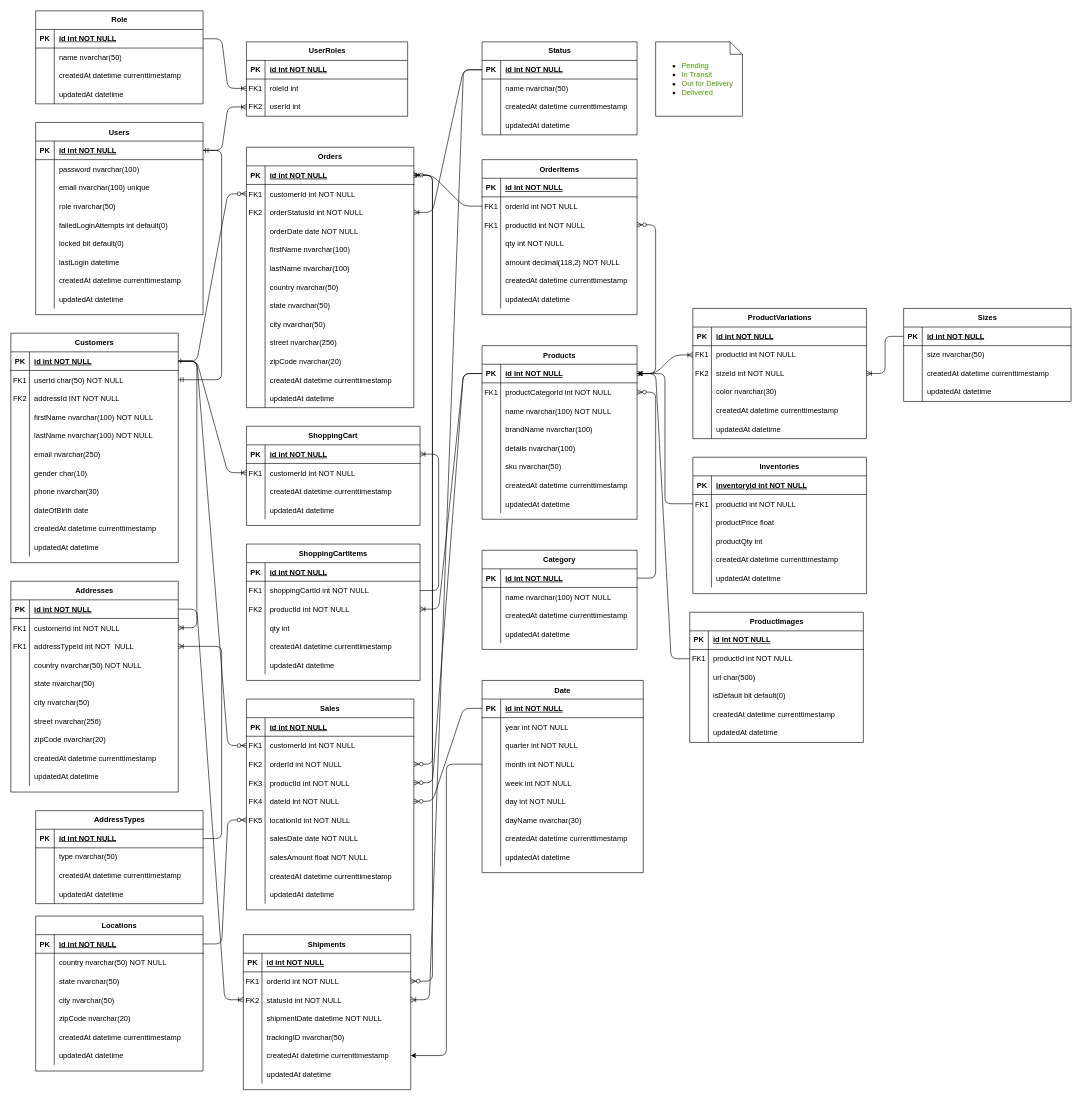
This is page "high level overview" (2 of 8) of ERD.drawio from jacupan/e-commerce, a draw.io file, before an edit. Source tidied: cells renumbered, new cells numbered last; positions are measured from the earlier drawing's top-left corner, leaving out a move shared by most shapes. Both pictures are drawn from the tidied source at 62%, with x=0, y=0 at pixel (-144, 11).
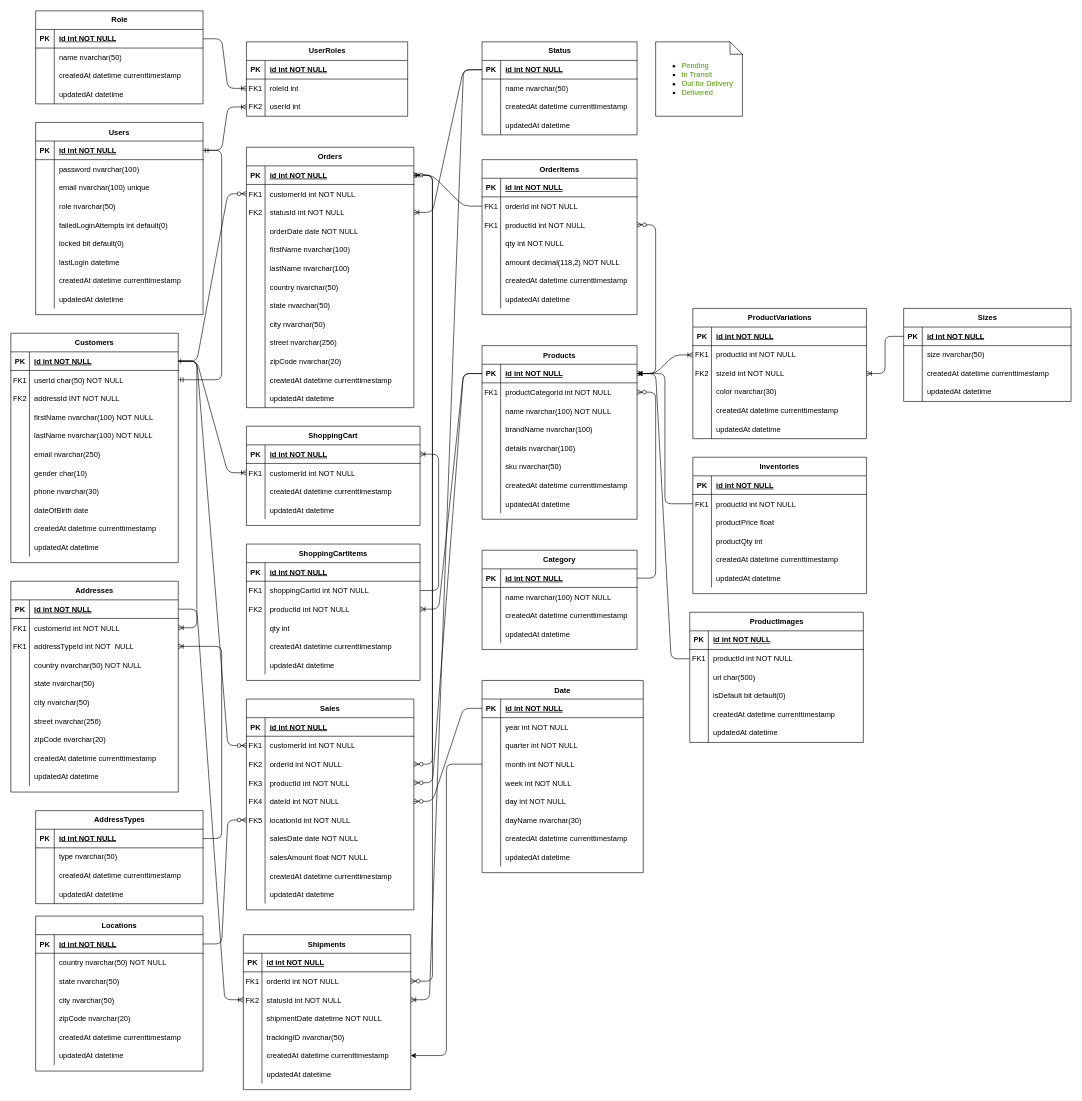
After the change.

The change refers to these unchanged cells:
```xml
<mxCell id="10" style="shape=partialRectangle;fillColor=none;points=[[0,0.5],[1,0.5]];portConstraint=eastwest;top=0;left=0;right=0;bottom=0;" parent="3" vertex="1">
  <mxGeometry y="90" width="270" height="30" as="geometry" />
</mxCell>
<mxCell id="308" style="shape=partialRectangle;fillColor=none;top=0;left=0;right=0;bottom=1;" parent="307" vertex="1">
  <mxGeometry y="30" width="280" height="30" as="geometry" />
</mxCell>
```

What changed in the source:
```diff
@@
-    <mxCell id="12" value="orderStatusId int NOT NULL" style="shape=partialRectangle;overflow=hidden;fillColor=none;top=0;left=0;bottom=0;right=0;align=left;spacingLeft=6;" parent="10" vertex="1">
+    <mxCell id="12" value="statusId int NOT NULL" style="shape=partialRectangle;overflow=hidden;fillColor=none;top=0;left=0;bottom=0;right=0;align=left;spacingLeft=6;" parent="10" vertex="1">
       <mxGeometry x="30" width="240" height="30" as="geometry" />
     </mxCell>
@@
-    <mxCell id="310" value="inventoryId int NOT NULL " style="shape=partialRectangle;overflow=hidden;fillColor=none;top=0;left=0;bottom=0;right=0;align=left;spacingLeft=6;fontStyle=5;" parent="308" vertex="1">
+    <mxCell id="310" value="id int NOT NULL " style="shape=partialRectangle;overflow=hidden;fillColor=none;top=0;left=0;bottom=0;right=0;align=left;spacingLeft=6;fontStyle=5;" parent="308" vertex="1">
       <mxGeometry x="30" width="250" height="30" as="geometry" />
     </mxCell>
```
